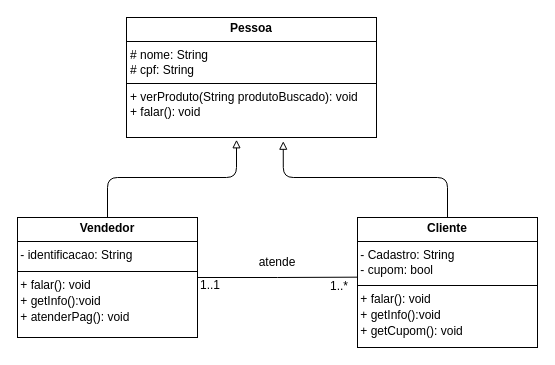
The draw.io diagram AtividadeRevisao/Q5/DiagramaPessoa.drawio in LeticiaMMorais/Atividades_da_escola, before the edit. Source tidied: cells renumbered, new cells numbered last; positions are measured from the earlier drawing's top-left corner, leaving out a move shared by most shapes. Both pictures are drawn from the tidied source at 100%, with x=0, y=0 at pixel (17, 17).
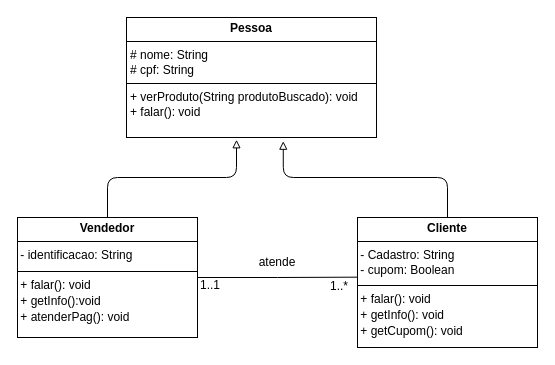
After the change.

What changed in the source:
```diff
@@
 <mxGraphModel>
   <root>
     <mxCell id="0" />
     <mxCell id="1" parent="0" />
     <mxCell id="2" value="&lt;p style=&quot;margin:0px;margin-top:4px;text-align:center;&quot;&gt;&lt;b&gt;Pessoa&lt;/b&gt;&lt;/p&gt;&lt;hr size=&quot;1&quot; style=&quot;border-style:solid;&quot;&gt;&lt;p style=&quot;margin:0px;margin-left:4px;&quot;&gt;# nome: String&lt;/p&gt;&lt;p style=&quot;margin:0px;margin-left:4px;&quot;&gt;# cpf: String&lt;/p&gt;&lt;hr size=&quot;1&quot; style=&quot;border-style:solid;&quot;&gt;&lt;p style=&quot;margin:0px;margin-left:4px;&quot;&gt;+ verProduto(String produtoBuscado): void&lt;/p&gt;&lt;p style=&quot;margin:0px;margin-left:4px;&quot;&gt;+ falar(): void&lt;/p&gt;" style="verticalAlign=top;align=left;overflow=fill;html=1;whiteSpace=wrap;" parent="1" vertex="1">
       <mxGeometry x="109" width="250" height="120" as="geometry" />
     </mxCell>
     <mxCell id="3" value="&lt;p style=&quot;margin:0px;margin-top:4px;text-align:center;&quot;&gt;&lt;b&gt;Vendedor&lt;/b&gt;&lt;/p&gt;&lt;hr size=&quot;1&quot; style=&quot;border-style:solid;&quot;&gt;&amp;nbsp;- identificacao: String&lt;div&gt;&lt;div style=&quot;height:2px;&quot;&gt;&lt;/div&gt;&lt;hr size=&quot;1&quot; style=&quot;border-style:solid;&quot;&gt;&lt;div style=&quot;height:2px;&quot;&gt;&amp;nbsp;+ falar(): void&lt;/div&gt;&lt;/div&gt;&lt;div style=&quot;height:2px;&quot;&gt;&amp;nbsp;&lt;/div&gt;&lt;div style=&quot;height:2px;&quot;&gt;&lt;br&gt;&lt;/div&gt;&lt;div style=&quot;height:2px;&quot;&gt;&lt;br&gt;&lt;/div&gt;&lt;div style=&quot;height:2px;&quot;&gt;&amp;nbsp;&lt;/div&gt;&lt;div style=&quot;height:2px;&quot;&gt;&lt;br&gt;&lt;/div&gt;&lt;div style=&quot;height:2px;&quot;&gt;&lt;br&gt;&lt;/div&gt;&lt;div style=&quot;height:2px;&quot;&gt;&lt;br&gt;&lt;/div&gt;&lt;div style=&quot;height:2px;&quot;&gt;&amp;nbsp;+ getInfo():void&lt;/div&gt;&lt;div style=&quot;height:2px;&quot;&gt;&lt;br&gt;&lt;/div&gt;&lt;div style=&quot;height:2px;&quot;&gt;&lt;br&gt;&lt;/div&gt;&lt;div style=&quot;height:2px;&quot;&gt;&lt;br&gt;&lt;/div&gt;&lt;div style=&quot;height:2px;&quot;&gt;&lt;br&gt;&lt;/div&gt;&lt;div style=&quot;height:2px;&quot;&gt;&amp;nbsp;&lt;/div&gt;&lt;div style=&quot;height:2px;&quot;&gt;&lt;br&gt;&lt;/div&gt;&lt;div style=&quot;height:2px;&quot;&gt;&lt;br&gt;&lt;/div&gt;&lt;div style=&quot;height:2px;&quot;&gt;&amp;nbsp;+ atenderPag(): void&lt;/div&gt;" style="verticalAlign=top;align=left;overflow=fill;html=1;whiteSpace=wrap;" parent="1" vertex="1">
       <mxGeometry y="200" width="180" height="120" as="geometry" />
     </mxCell>
-    <mxCell id="4" value="&lt;p style=&quot;margin:0px;margin-top:4px;text-align:center;&quot;&gt;&lt;b&gt;Cliente&lt;/b&gt;&lt;/p&gt;&lt;hr size=&quot;1&quot; style=&quot;border-style:solid;&quot;&gt;&amp;nbsp;- Cadastro: String&lt;div&gt;&amp;nbsp;- cupom: bool&lt;br&gt;&lt;div&gt;&lt;div style=&quot;height:2px;&quot;&gt;&lt;/div&gt;&lt;hr size=&quot;1&quot; style=&quot;border-style:solid;&quot;&gt;&lt;div style=&quot;height:2px;&quot;&gt;&amp;nbsp;+ falar(): void&lt;/div&gt;&lt;/div&gt;&lt;div style=&quot;height:2px;&quot;&gt;&amp;nbsp;&lt;/div&gt;&lt;div style=&quot;height:2px;&quot;&gt;&lt;br&gt;&lt;/div&gt;&lt;div style=&quot;height:2px;&quot;&gt;&lt;br&gt;&lt;/div&gt;&lt;div style=&quot;height:2px;&quot;&gt;&amp;nbsp;&lt;/div&gt;&lt;div style=&quot;height:2px;&quot;&gt;&lt;br&gt;&lt;/div&gt;&lt;div style=&quot;height:2px;&quot;&gt;&lt;br&gt;&lt;/div&gt;&lt;div style=&quot;height:2px;&quot;&gt;&lt;br&gt;&lt;/div&gt;&lt;div style=&quot;height:2px;&quot;&gt;&amp;nbsp;+ getInfo():void&lt;/div&gt;&lt;div style=&quot;height:2px;&quot;&gt;&lt;br&gt;&lt;/div&gt;&lt;div style=&quot;height:2px;&quot;&gt;&lt;br&gt;&lt;/div&gt;&lt;div style=&quot;height:2px;&quot;&gt;&lt;br&gt;&lt;/div&gt;&lt;div style=&quot;height:2px;&quot;&gt;&lt;br&gt;&lt;/div&gt;&lt;div style=&quot;height:2px;&quot;&gt;&amp;nbsp;&lt;/div&gt;&lt;div style=&quot;height:2px;&quot;&gt;&lt;br&gt;&lt;/div&gt;&lt;div style=&quot;height:2px;&quot;&gt;&lt;br&gt;&lt;/div&gt;&lt;div style=&quot;height:2px;&quot;&gt;&amp;nbsp;+ getCupom(): void&lt;/div&gt;&lt;/div&gt;" style="verticalAlign=top;align=left;overflow=fill;html=1;whiteSpace=wrap;" parent="1" vertex="1">
+    <mxCell id="4" value="&lt;p style=&quot;margin:0px;margin-top:4px;text-align:center;&quot;&gt;&lt;b&gt;Cliente&lt;/b&gt;&lt;/p&gt;&lt;hr size=&quot;1&quot; style=&quot;border-style:solid;&quot;&gt;&amp;nbsp;- Cadastro: String&lt;div&gt;&amp;nbsp;- cupom: Boolean&lt;br&gt;&lt;div&gt;&lt;div style=&quot;height:2px;&quot;&gt;&lt;/div&gt;&lt;hr size=&quot;1&quot; style=&quot;border-style:solid;&quot;&gt;&lt;div style=&quot;height:2px;&quot;&gt;&amp;nbsp;+ falar(): void&lt;/div&gt;&lt;/div&gt;&lt;div style=&quot;height:2px;&quot;&gt;&amp;nbsp;&lt;/div&gt;&lt;div style=&quot;height:2px;&quot;&gt;&lt;br&gt;&lt;/div&gt;&lt;div style=&quot;height:2px;&quot;&gt;&lt;br&gt;&lt;/div&gt;&lt;div style=&quot;height:2px;&quot;&gt;&amp;nbsp;&lt;/div&gt;&lt;div style=&quot;height:2px;&quot;&gt;&lt;br&gt;&lt;/div&gt;&lt;div style=&quot;height:2px;&quot;&gt;&lt;br&gt;&lt;/div&gt;&lt;div style=&quot;height:2px;&quot;&gt;&lt;br&gt;&lt;/div&gt;&lt;div style=&quot;height:2px;&quot;&gt;&amp;nbsp;+ getInfo(): void&lt;/div&gt;&lt;div style=&quot;height:2px;&quot;&gt;&lt;br&gt;&lt;/div&gt;&lt;div style=&quot;height:2px;&quot;&gt;&lt;br&gt;&lt;/div&gt;&lt;div style=&quot;height:2px;&quot;&gt;&lt;br&gt;&lt;/div&gt;&lt;div style=&quot;height:2px;&quot;&gt;&lt;br&gt;&lt;/div&gt;&lt;div style=&quot;height:2px;&quot;&gt;&amp;nbsp;&lt;/div&gt;&lt;div style=&quot;height:2px;&quot;&gt;&lt;br&gt;&lt;/div&gt;&lt;div style=&quot;height:2px;&quot;&gt;&lt;br&gt;&lt;/div&gt;&lt;div style=&quot;height:2px;&quot;&gt;&amp;nbsp;+ getCupom(): void&lt;/div&gt;&lt;/div&gt;" style="verticalAlign=top;align=left;overflow=fill;html=1;whiteSpace=wrap;" parent="1" vertex="1">
       <mxGeometry x="340" y="200" width="180" height="130" as="geometry" />
     </mxCell>
     <mxCell id="5" style="edgeStyle=orthogonalEdgeStyle;rounded=1;jettySize=auto;html=1;entryX=0.627;entryY=1.031;entryDx=0;entryDy=0;entryPerimeter=0;curved=0;startArrow=none;startFill=0;endArrow=block;endFill=0;" parent="1" edge="1" source="4" target="2">
       <mxGeometry relative="1" as="geometry" />
     </mxCell>
     <mxCell id="6" style="edgeStyle=orthogonalEdgeStyle;rounded=1;jettySize=auto;html=1;entryX=0.44;entryY=1.019;entryDx=0;entryDy=0;entryPerimeter=0;endArrow=block;endFill=0;curved=0;" parent="1" edge="1" source="3" target="2">
       <mxGeometry relative="1" as="geometry" />
     </mxCell>
     <mxCell id="7" style="edgeStyle=orthogonalEdgeStyle;rounded=0;jettySize=auto;html=1;entryX=0.002;entryY=0.459;entryDx=0;entryDy=0;entryPerimeter=0;endArrow=none;endFill=0;" parent="1" edge="1" source="3" target="4">
       <mxGeometry relative="1" as="geometry" />
     </mxCell>
     <mxCell id="8" value="atende" style="text;html=1;align=center;verticalAlign=middle;whiteSpace=wrap;rounded=0;" parent="1" vertex="1">
       <mxGeometry x="230" y="230" width="60" height="30" as="geometry" />
     </mxCell>
     <mxCell id="9" value="1..1" style="text;html=1;align=center;verticalAlign=middle;whiteSpace=wrap;rounded=0;" parent="1" vertex="1">
       <mxGeometry x="163" y="253" width="60" height="30" as="geometry" />
     </mxCell>
     <mxCell id="10" value="1..*" style="text;html=1;align=center;verticalAlign=middle;whiteSpace=wrap;rounded=0;" parent="1" vertex="1">
       <mxGeometry x="292" y="254" width="60" height="30" as="geometry" />
     </mxCell>
   </root>
 </mxGraphModel>
```
